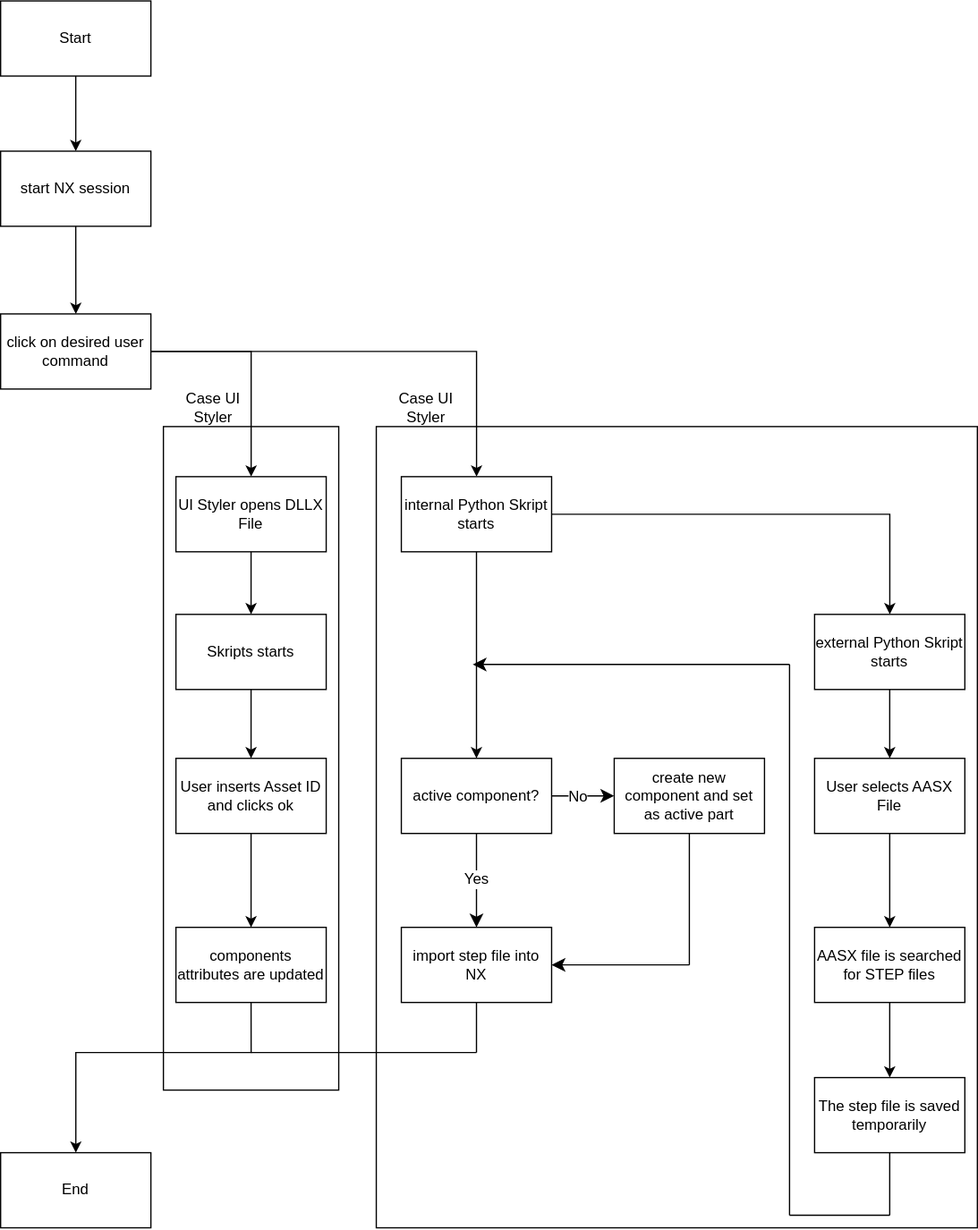
The draw.io diagram Bericht/bilder/Workflow_functions.svg in Daniel20-0/AAS_NX, before a commit. Source tidied: cells renumbered, new cells last; positions are measured from the earlier drawing's top-left corner, leaving out a move shared by most shapes. Source of this version:
```xml
<mxGraphModel>
  <root>
    <mxCell id="0" />
    <mxCell id="1" parent="0" />
    <mxCell id="2" style="edgeStyle=orthogonalEdgeStyle;rounded=0;jettySize=auto;html=1;" parent="1" edge="1" source="3" target="5">
      <mxGeometry relative="1" as="geometry" />
    </mxCell>
    <mxCell id="3" value="Start" style="rounded=0;whiteSpace=wrap;html=1;" parent="1" vertex="1">
      <mxGeometry width="120" height="60" as="geometry" />
    </mxCell>
    <mxCell id="4" style="edgeStyle=orthogonalEdgeStyle;rounded=0;jettySize=auto;html=1;exitX=0.5;exitY=1;exitDx=0;exitDy=0;" parent="1" edge="1" source="5" target="8">
      <mxGeometry relative="1" as="geometry">
        <Array as="points">
          <mxPoint x="60" y="240" />
          <mxPoint x="60" y="240" />
        </Array>
      </mxGeometry>
    </mxCell>
    <mxCell id="5" value="start NX session" style="rounded=0;whiteSpace=wrap;html=1;" parent="1" vertex="1">
      <mxGeometry y="120" width="120" height="60" as="geometry" />
    </mxCell>
    <mxCell id="6" style="edgeStyle=orthogonalEdgeStyle;rounded=0;jettySize=auto;html=1;" parent="1" edge="1" source="8" target="10">
      <mxGeometry relative="1" as="geometry" />
    </mxCell>
    <mxCell id="7" style="edgeStyle=orthogonalEdgeStyle;rounded=0;jettySize=auto;html=1;" parent="1" edge="1" source="8" target="13">
      <mxGeometry relative="1" as="geometry" />
    </mxCell>
    <mxCell id="8" value="click on desired user command" style="rounded=0;whiteSpace=wrap;html=1;" parent="1" vertex="1">
      <mxGeometry y="250" width="120" height="60" as="geometry" />
    </mxCell>
    <mxCell id="9" style="edgeStyle=orthogonalEdgeStyle;rounded=0;jettySize=auto;html=1;" parent="1" edge="1" source="10" target="15">
      <mxGeometry relative="1" as="geometry" />
    </mxCell>
    <mxCell id="10" value="UI Styler opens DLLX File" style="rounded=0;whiteSpace=wrap;html=1;" parent="1" vertex="1">
      <mxGeometry x="140" y="380" width="120" height="60" as="geometry" />
    </mxCell>
    <mxCell id="11" style="edgeStyle=orthogonalEdgeStyle;rounded=0;jettySize=auto;html=1;" parent="1" edge="1" source="13" target="27">
      <mxGeometry relative="1" as="geometry" />
    </mxCell>
    <mxCell id="12" style="edgeStyle=orthogonalEdgeStyle;rounded=0;jettySize=auto;html=1;" parent="1" edge="1" source="13" target="32">
      <mxGeometry relative="1" as="geometry" />
    </mxCell>
    <mxCell id="13" value="internal Python Skript starts" style="rounded=0;whiteSpace=wrap;html=1;" parent="1" vertex="1">
      <mxGeometry x="320" y="380" width="120" height="60" as="geometry" />
    </mxCell>
    <mxCell id="14" style="edgeStyle=orthogonalEdgeStyle;rounded=0;jettySize=auto;html=1;" parent="1" edge="1" source="15" target="17">
      <mxGeometry relative="1" as="geometry" />
    </mxCell>
    <mxCell id="15" value="Skripts starts" style="rounded=0;whiteSpace=wrap;html=1;" parent="1" vertex="1">
      <mxGeometry x="140" y="490" width="120" height="60" as="geometry" />
    </mxCell>
    <mxCell id="16" style="edgeStyle=orthogonalEdgeStyle;rounded=0;jettySize=auto;html=1;" parent="1" edge="1" source="17" target="19">
      <mxGeometry relative="1" as="geometry" />
    </mxCell>
    <mxCell id="17" value="User inserts Asset ID and clicks ok" style="whiteSpace=wrap;html=1;rounded=0;" parent="1" vertex="1">
      <mxGeometry x="140" y="605" width="120" height="60" as="geometry" />
    </mxCell>
    <mxCell id="18" style="edgeStyle=orthogonalEdgeStyle;rounded=0;jettySize=auto;html=1;exitX=0.5;exitY=1;exitDx=0;exitDy=0;" parent="1" edge="1" source="19" target="20">
      <mxGeometry relative="1" as="geometry">
        <Array as="points">
          <mxPoint x="200" y="840" />
          <mxPoint x="60" y="840" />
        </Array>
      </mxGeometry>
    </mxCell>
    <mxCell id="19" value="components attributes are updated" style="whiteSpace=wrap;html=1;rounded=0;" parent="1" vertex="1">
      <mxGeometry x="140" y="740" width="120" height="60" as="geometry" />
    </mxCell>
    <mxCell id="20" value="End" style="rounded=0;whiteSpace=wrap;html=1;" parent="1" vertex="1">
      <mxGeometry y="920" width="120" height="60" as="geometry" />
    </mxCell>
    <mxCell id="21" style="edgeStyle=orthogonalEdgeStyle;rounded=0;jettySize=auto;html=1;" parent="1" edge="1" source="22" target="24">
      <mxGeometry relative="1" as="geometry" />
    </mxCell>
    <mxCell id="22" value="User selects AASX File" style="whiteSpace=wrap;html=1;rounded=0;" parent="1" vertex="1">
      <mxGeometry x="650" y="605" width="120" height="60" as="geometry" />
    </mxCell>
    <mxCell id="23" style="edgeStyle=orthogonalEdgeStyle;rounded=0;jettySize=auto;html=1;" parent="1" edge="1" source="24" target="25">
      <mxGeometry relative="1" as="geometry" />
    </mxCell>
    <mxCell id="24" value="AASX file is searched for STEP files" style="whiteSpace=wrap;html=1;rounded=0;" parent="1" vertex="1">
      <mxGeometry x="650" y="740" width="120" height="60" as="geometry" />
    </mxCell>
    <mxCell id="25" value="The step file is saved temporarily" style="whiteSpace=wrap;html=1;rounded=0;" parent="1" vertex="1">
      <mxGeometry x="650" y="860" width="120" height="60" as="geometry" />
    </mxCell>
    <mxCell id="26" style="edgeStyle=orthogonalEdgeStyle;rounded=0;jettySize=auto;html=1;" parent="1" edge="1" source="27" target="22">
      <mxGeometry relative="1" as="geometry" />
    </mxCell>
    <mxCell id="27" value="external Python Skript starts" style="whiteSpace=wrap;html=1;rounded=0;" parent="1" vertex="1">
      <mxGeometry x="650" y="490" width="120" height="60" as="geometry" />
    </mxCell>
    <mxCell id="28" style="edgeStyle=none;curved=1;rounded=0;jettySize=auto;html=1;fontSize=12;startSize=8;endSize=8;" parent="1" edge="1" source="32" target="37">
      <mxGeometry relative="1" as="geometry" />
    </mxCell>
    <mxCell id="29" value="Yes" style="edgeLabel;html=1;align=center;verticalAlign=middle;fontSize=12;" parent="28" vertex="1">
      <mxGeometry x="-0.02" y="-1" relative="1" as="geometry" />
    </mxCell>
    <mxCell id="30" style="edgeStyle=none;curved=1;rounded=0;jettySize=auto;html=1;fontSize=12;startSize=8;endSize=8;" parent="1" edge="1" source="32" target="38">
      <mxGeometry relative="1" as="geometry" />
    </mxCell>
    <mxCell id="31" value="No" style="edgeLabel;html=1;align=center;verticalAlign=middle;fontSize=12;" parent="30" vertex="1">
      <mxGeometry x="-0.34" y="1" relative="1" as="geometry">
        <mxPoint x="4" y="1" as="offset" />
      </mxGeometry>
    </mxCell>
    <mxCell id="32" value="active component?" style="whiteSpace=wrap;html=1;rounded=0;" parent="1" vertex="1">
      <mxGeometry x="320" y="605" width="120" height="60" as="geometry" />
    </mxCell>
    <mxCell id="33" style="endArrow=none;html=1;rounded=0;fontSize=12;startSize=8;endSize=8;curved=1;entryX=0.5;entryY=1;entryDx=0;entryDy=0;" parent="1" edge="1" target="25">
      <mxGeometry relative="1" as="geometry">
        <mxPoint x="710" y="970" as="sourcePoint" />
      </mxGeometry>
    </mxCell>
    <mxCell id="34" style="endArrow=none;html=1;rounded=0;fontSize=12;startSize=8;endSize=8;curved=1;" parent="1" edge="1">
      <mxGeometry relative="1" as="geometry">
        <mxPoint x="630" y="970" as="sourcePoint" />
        <mxPoint x="710" y="970" as="targetPoint" />
      </mxGeometry>
    </mxCell>
    <mxCell id="35" style="endArrow=none;html=1;rounded=0;fontSize=12;startSize=8;endSize=8;curved=1;" parent="1" edge="1">
      <mxGeometry relative="1" as="geometry">
        <mxPoint x="630" y="970" as="sourcePoint" />
        <mxPoint x="630" y="530" as="targetPoint" />
      </mxGeometry>
    </mxCell>
    <mxCell id="36" style="endArrow=classic;html=1;rounded=0;fontSize=12;startSize=8;endSize=8;curved=1;" parent="1" edge="1">
      <mxGeometry relative="1" as="geometry">
        <mxPoint x="630" y="530" as="sourcePoint" />
        <mxPoint x="377" y="530" as="targetPoint" />
      </mxGeometry>
    </mxCell>
    <mxCell id="37" value="import step file into NX" style="whiteSpace=wrap;html=1;rounded=0;" parent="1" vertex="1">
      <mxGeometry x="320" y="740" width="120" height="60" as="geometry" />
    </mxCell>
    <mxCell id="38" value="create new component and set as active part" style="rounded=0;whiteSpace=wrap;html=1;" parent="1" vertex="1">
      <mxGeometry x="490" y="605" width="120" height="60" as="geometry" />
    </mxCell>
    <mxCell id="39" style="endArrow=classic;html=1;rounded=0;fontSize=12;startSize=8;endSize=8;curved=1;entryX=1;entryY=0.5;entryDx=0;entryDy=0;" parent="1" edge="1" target="37">
      <mxGeometry relative="1" as="geometry">
        <mxPoint x="550" y="770" as="sourcePoint" />
      </mxGeometry>
    </mxCell>
    <mxCell id="40" style="endArrow=none;html=1;rounded=0;fontSize=12;startSize=8;endSize=8;curved=1;entryX=0.5;entryY=1;entryDx=0;entryDy=0;" parent="1" edge="1" target="38">
      <mxGeometry relative="1" as="geometry">
        <mxPoint x="550" y="770" as="sourcePoint" />
      </mxGeometry>
    </mxCell>
    <mxCell id="41" style="endArrow=none;html=1;rounded=0;fontSize=12;startSize=8;endSize=8;curved=1;entryX=0.5;entryY=1;entryDx=0;entryDy=0;" parent="1" edge="1" target="37">
      <mxGeometry relative="1" as="geometry">
        <mxPoint x="380" y="840" as="sourcePoint" />
      </mxGeometry>
    </mxCell>
    <mxCell id="42" style="endArrow=none;html=1;rounded=0;fontSize=12;startSize=8;endSize=8;curved=1;" parent="1" edge="1">
      <mxGeometry relative="1" as="geometry">
        <mxPoint x="200" y="840" as="sourcePoint" />
        <mxPoint x="380" y="840" as="targetPoint" />
      </mxGeometry>
    </mxCell>
    <mxCell id="43" style="rounded=0;whiteSpace=wrap;html=1;fillColor=none;strokeColor=light-dark(#000000,#FF0000);" parent="1" vertex="1">
      <mxGeometry x="130" y="340" width="140" height="530" as="geometry" />
    </mxCell>
    <mxCell id="44" value="&lt;font style=&quot;color: light-dark(rgb(0, 0, 0), rgb(255, 0, 0));&quot;&gt;Case UI Styler&lt;/font&gt;" style="text;html=1;whiteSpace=wrap;strokeColor=none;fillColor=none;align=center;verticalAlign=middle;rounded=0;" parent="1" vertex="1">
      <mxGeometry x="140" y="310" width="60" height="30" as="geometry" />
    </mxCell>
    <mxCell id="45" style="rounded=0;whiteSpace=wrap;html=1;fillColor=none;strokeColor=light-dark(#000000,#009900);" parent="1" vertex="1">
      <mxGeometry x="300" y="340" width="480" height="640" as="geometry" />
    </mxCell>
    <mxCell id="46" value="&lt;font style=&quot;color: light-dark(rgb(0, 0, 0), rgb(0, 153, 0));&quot;&gt;Case UI Styler&lt;/font&gt;" style="text;html=1;whiteSpace=wrap;strokeColor=none;fillColor=none;align=center;verticalAlign=middle;rounded=0;" parent="1" vertex="1">
      <mxGeometry x="310" y="310" width="60" height="30" as="geometry" />
    </mxCell>
  </root>
</mxGraphModel>
```
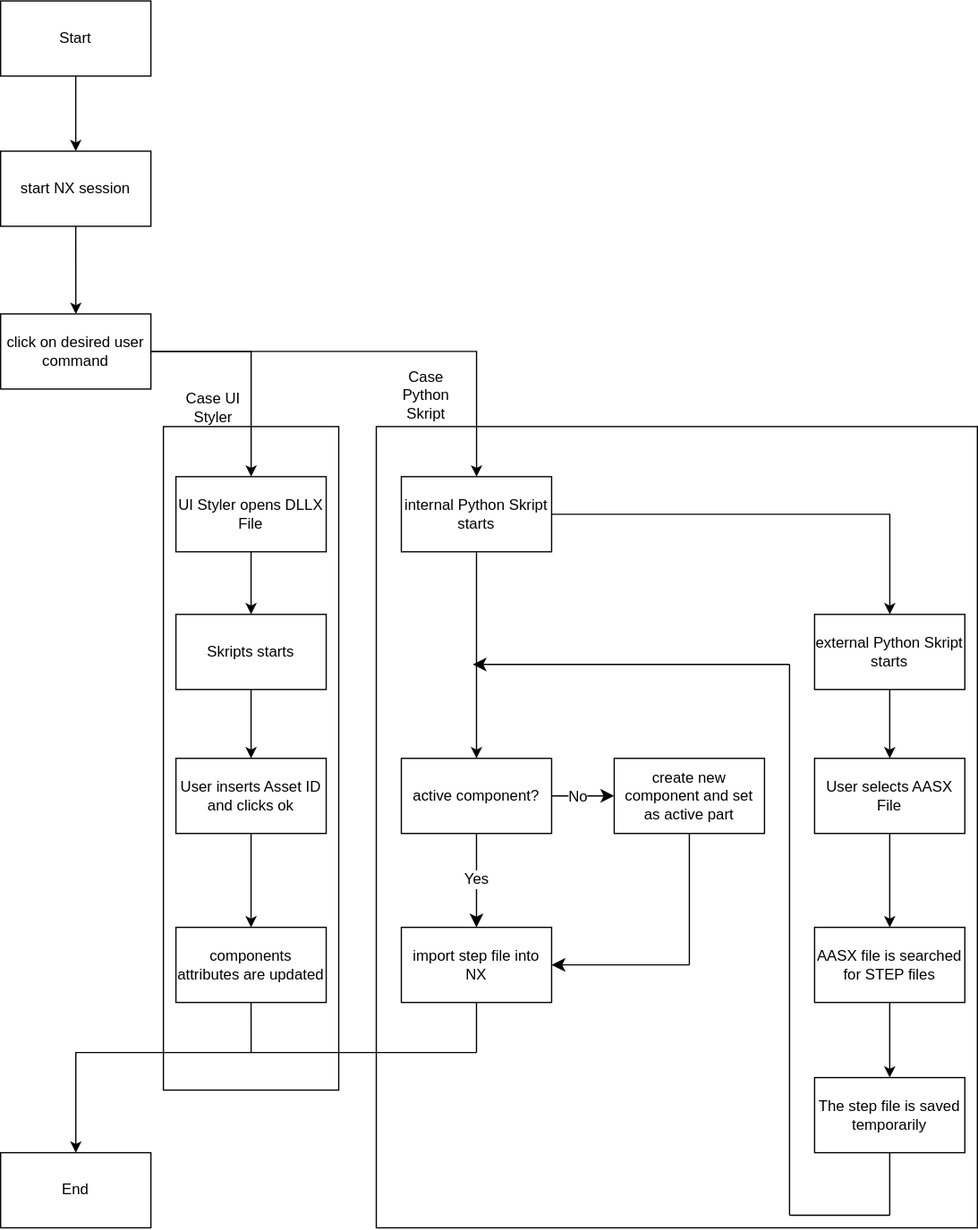
After the commit.

Commit message:
Bild geändert

The edit, as a diff of the source:
```diff
@@ -1,4 +1,4 @@
-<mxGraphModel>
+<mxGraphModel background="light-dark(#FFFFFF,transparent)">
   <root>
     <mxCell id="0" />
     <mxCell id="1" parent="0" />
@@ -166,8 +166,8 @@
     <mxCell id="45" style="rounded=0;whiteSpace=wrap;html=1;fillColor=none;strokeColor=light-dark(#000000,#009900);" parent="1" vertex="1">
       <mxGeometry x="300" y="340" width="480" height="640" as="geometry" />
     </mxCell>
-    <mxCell id="46" value="&lt;font style=&quot;color: light-dark(rgb(0, 0, 0), rgb(0, 153, 0));&quot;&gt;Case UI Styler&lt;/font&gt;" style="text;html=1;whiteSpace=wrap;strokeColor=none;fillColor=none;align=center;verticalAlign=middle;rounded=0;" parent="1" vertex="1">
-      <mxGeometry x="310" y="310" width="60" height="30" as="geometry" />
+    <mxCell id="46" value="&lt;font style=&quot;color: light-dark(rgb(0, 0, 0), rgb(0, 153, 0));&quot;&gt;Case Python Skript&lt;/font&gt;" style="text;html=1;whiteSpace=wrap;strokeColor=none;fillColor=none;align=center;verticalAlign=middle;rounded=0;" parent="1" vertex="1">
+      <mxGeometry x="310" y="300" width="60" height="30" as="geometry" />
     </mxCell>
   </root>
 </mxGraphModel>
```
